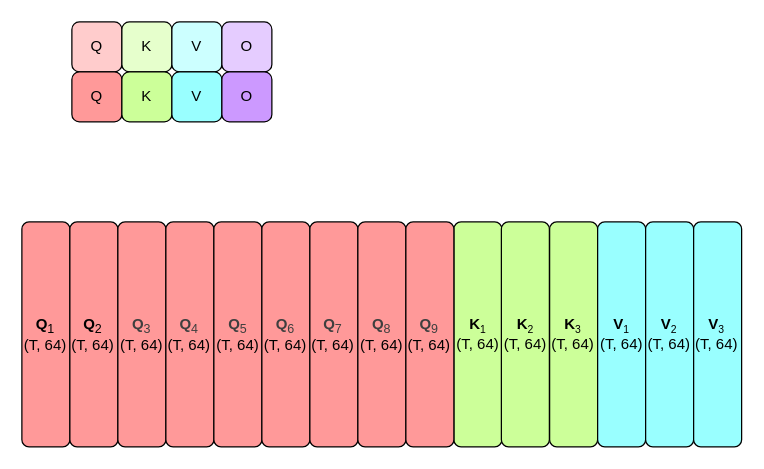
zxh0/ann-book keeps this draw.io diagram as page "qkv_split" (7 of 17) of books/toyllm/draw/ch06.drawio. Above is the earlier version. Source tidied: cells renumbered, new cells numbered last; positions are measured from the earlier drawing's top-left corner, leaving out a move shared by most shapes. Both pictures are drawn from the tidied source at 125%, with x=0, y=0 at pixel (21, 21).
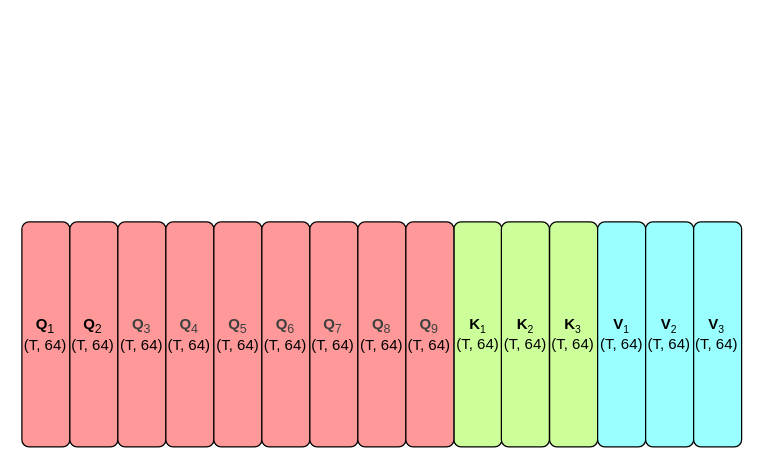
After the change.

The edit, as a diff of the source:
```diff
@@
-    <mxCell id="17" value="Q" style="rounded=1;whiteSpace=wrap;html=1;fillColor=#FFCCCC;" parent="1" vertex="1">
-      <mxGeometry x="40" width="40" height="40" as="geometry" />
-    </mxCell>
-    <mxCell id="18" value="K" style="rounded=1;whiteSpace=wrap;html=1;fillColor=#E6FFCC;" parent="1" vertex="1">
-      <mxGeometry x="80" width="40" height="40" as="geometry" />
-    </mxCell>
-    <mxCell id="19" value="V" style="rounded=1;whiteSpace=wrap;html=1;fillColor=#CCFFFF;" parent="1" vertex="1">
-      <mxGeometry x="120" width="40" height="40" as="geometry" />
-    </mxCell>
-    <mxCell id="20" value="&lt;div&gt;O&lt;/div&gt;" style="rounded=1;whiteSpace=wrap;html=1;fillColor=#E5CCFF;" parent="1" vertex="1">
-      <mxGeometry x="160" width="40" height="40" as="geometry" />
-    </mxCell>
-    <mxCell id="21" value="Q" style="rounded=1;whiteSpace=wrap;html=1;fillColor=#FF9999;" parent="1" vertex="1">
-      <mxGeometry x="40" y="40" width="40" height="40" as="geometry" />
-    </mxCell>
-    <mxCell id="22" value="K" style="rounded=1;whiteSpace=wrap;html=1;fillColor=#CCFF99;" parent="1" vertex="1">
-      <mxGeometry x="80" y="40" width="40" height="40" as="geometry" />
-    </mxCell>
-    <mxCell id="23" value="V" style="rounded=1;whiteSpace=wrap;html=1;fillColor=#99FFFF;" parent="1" vertex="1">
-      <mxGeometry x="120" y="40" width="40" height="40" as="geometry" />
-    </mxCell>
-    <mxCell id="24" value="&lt;div&gt;O&lt;/div&gt;" style="rounded=1;whiteSpace=wrap;html=1;fillColor=#CC99FF;" parent="1" vertex="1">
-      <mxGeometry x="160" y="40" width="40" height="40" as="geometry" />
-    </mxCell>
```
